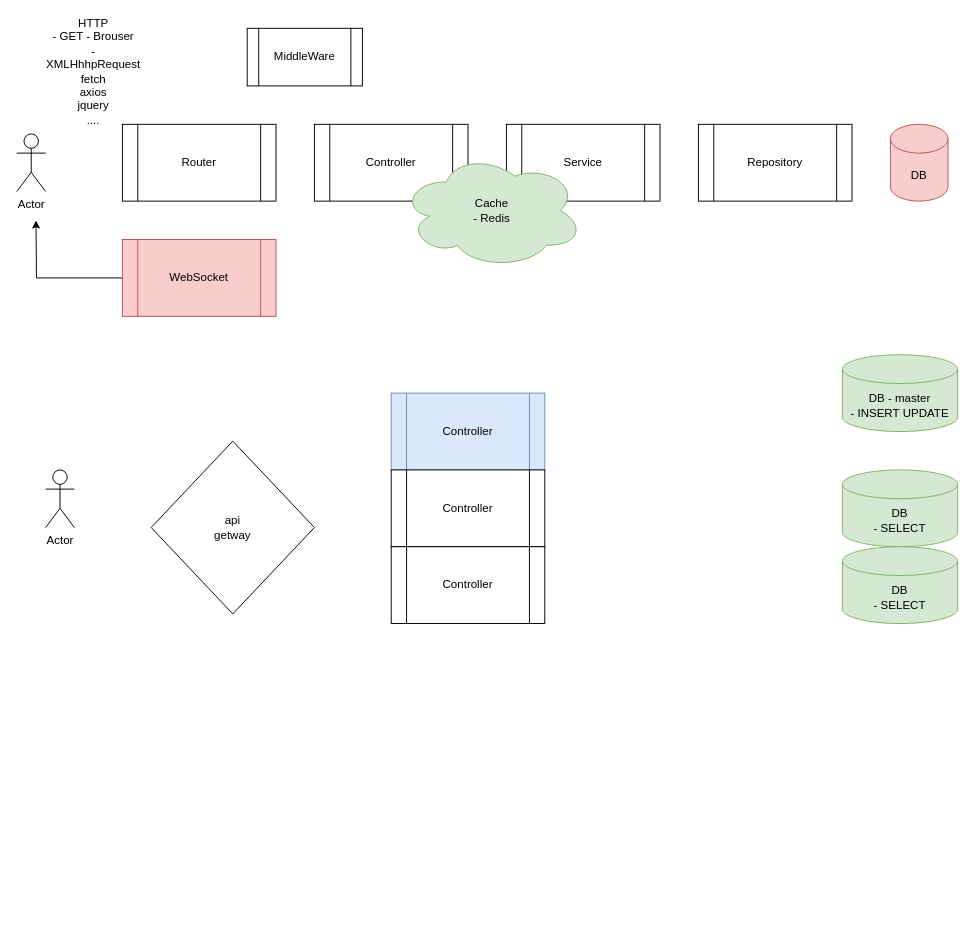
The draw.io diagram Diagrams/Cloud.drawio in Dosdafter1/webDz1, before the edit. Source tidied: cells renumbered, new cells numbered last; positions are measured from the earlier drawing's top-left corner, leaving out a move shared by most shapes. Both pictures are drawn from the tidied source at 96%, with x=0, y=0 at pixel (16, 28).
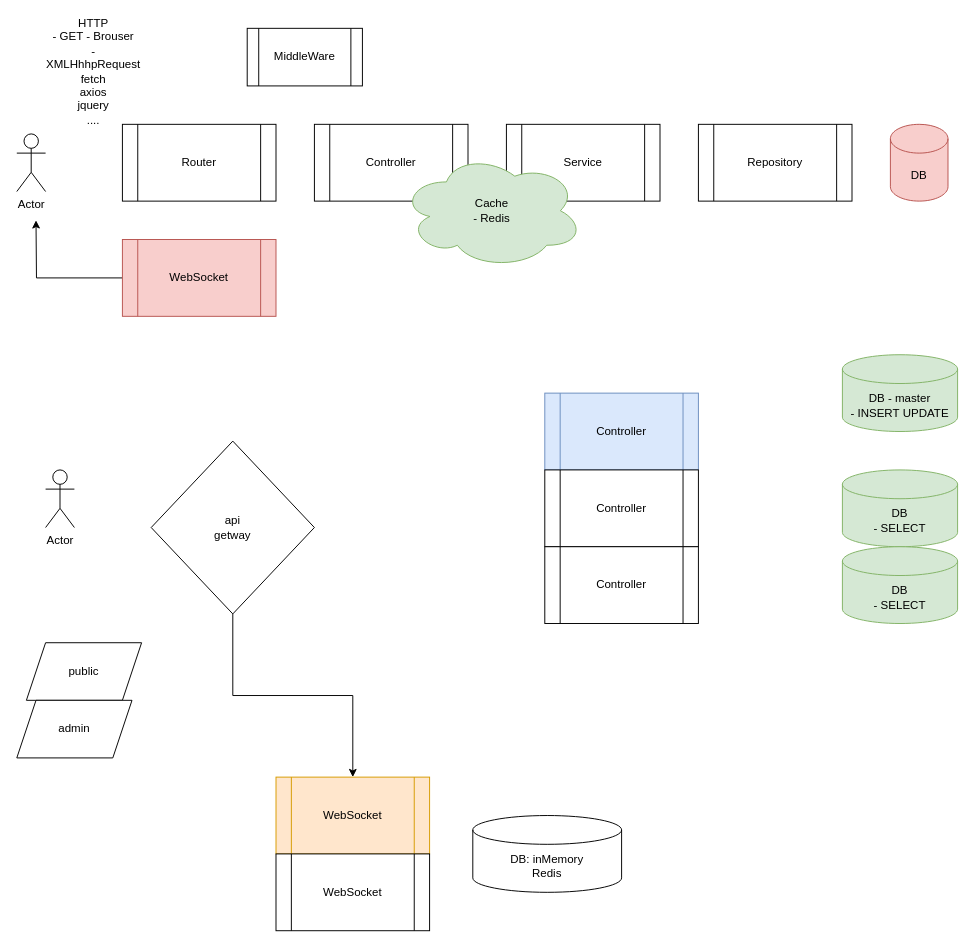
Above is the later version.

Unchanged cells that the change refers to:
```xml
<mxCell id="20" value="api&lt;br&gt;getway" style="rhombus;whiteSpace=wrap;html=1;" parent="1" vertex="1">
  <mxGeometry x="140" y="430" width="170" height="180" as="geometry" />
</mxCell>
```

What changed in the source:
```diff
@@
     <mxCell id="14" value="Controller" style="shape=process;whiteSpace=wrap;html=1;backgroundOutline=1;fillColor=#dae8fc;strokeColor=#6c8ebf;" parent="1" vertex="1">
-      <mxGeometry x="390" y="380" width="160" height="80" as="geometry" />
+      <mxGeometry x="550" y="380" width="160" height="80" as="geometry" />
     </mxCell>
     <mxCell id="15" value="Controller" style="shape=process;whiteSpace=wrap;html=1;backgroundOutline=1;" parent="1" vertex="1">
-      <mxGeometry x="390" y="460" width="160" height="80" as="geometry" />
+      <mxGeometry x="550" y="460" width="160" height="80" as="geometry" />
     </mxCell>
     <mxCell id="16" value="Controller" style="shape=process;whiteSpace=wrap;html=1;backgroundOutline=1;" parent="1" vertex="1">
-      <mxGeometry x="390" y="540" width="160" height="80" as="geometry" />
+      <mxGeometry x="550" y="540" width="160" height="80" as="geometry" />
     </mxCell>
@@
+    <mxCell id="21" style="edgeStyle=orthogonalEdgeStyle;rounded=0;jettySize=auto;html=1;" parent="1" edge="1" source="20" target="24">
+      <mxGeometry relative="1" as="geometry" />
+    </mxCell>
@@
+    <mxCell id="22" value="public" style="shape=parallelogram;perimeter=parallelogramPerimeter;whiteSpace=wrap;html=1;fixedSize=1;" parent="1" vertex="1">
+      <mxGeometry x="10" y="640" width="120" height="60" as="geometry" />
+    </mxCell>
+    <mxCell id="23" value="admin" style="shape=parallelogram;perimeter=parallelogramPerimeter;whiteSpace=wrap;html=1;fixedSize=1;" parent="1" vertex="1">
+      <mxGeometry y="700" width="120" height="60" as="geometry" />
+    </mxCell>
+    <mxCell id="24" value="WebSocket" style="shape=process;whiteSpace=wrap;html=1;backgroundOutline=1;fillColor=#ffe6cc;strokeColor=#d79b00;" parent="1" vertex="1">
+      <mxGeometry x="270" y="780" width="160" height="80" as="geometry" />
+    </mxCell>
+    <mxCell id="25" value="WebSocket" style="shape=process;whiteSpace=wrap;html=1;backgroundOutline=1;" parent="1" vertex="1">
+      <mxGeometry x="270" y="860" width="160" height="80" as="geometry" />
+    </mxCell>
+    <mxCell id="26" value="DB: inMemory&lt;br&gt;Redis" style="shape=cylinder3;whiteSpace=wrap;html=1;boundedLbl=1;backgroundOutline=1;size=15;" parent="1" vertex="1">
+      <mxGeometry x="475" y="820" width="155" height="80" as="geometry" />
+    </mxCell>
```
